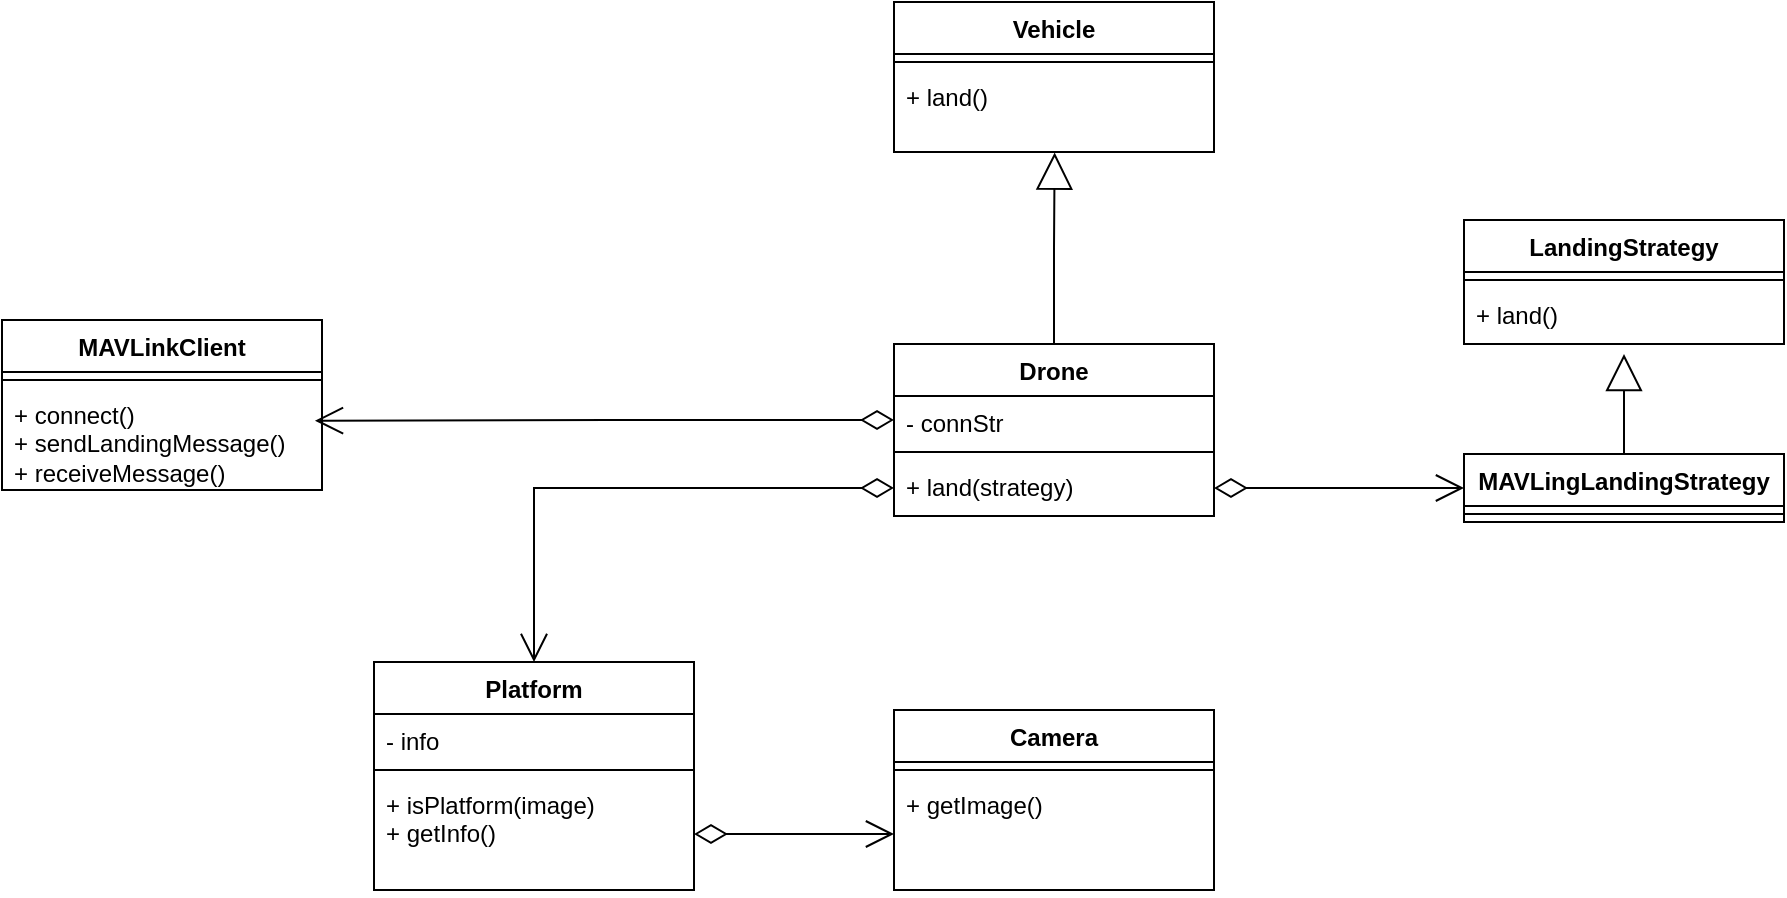
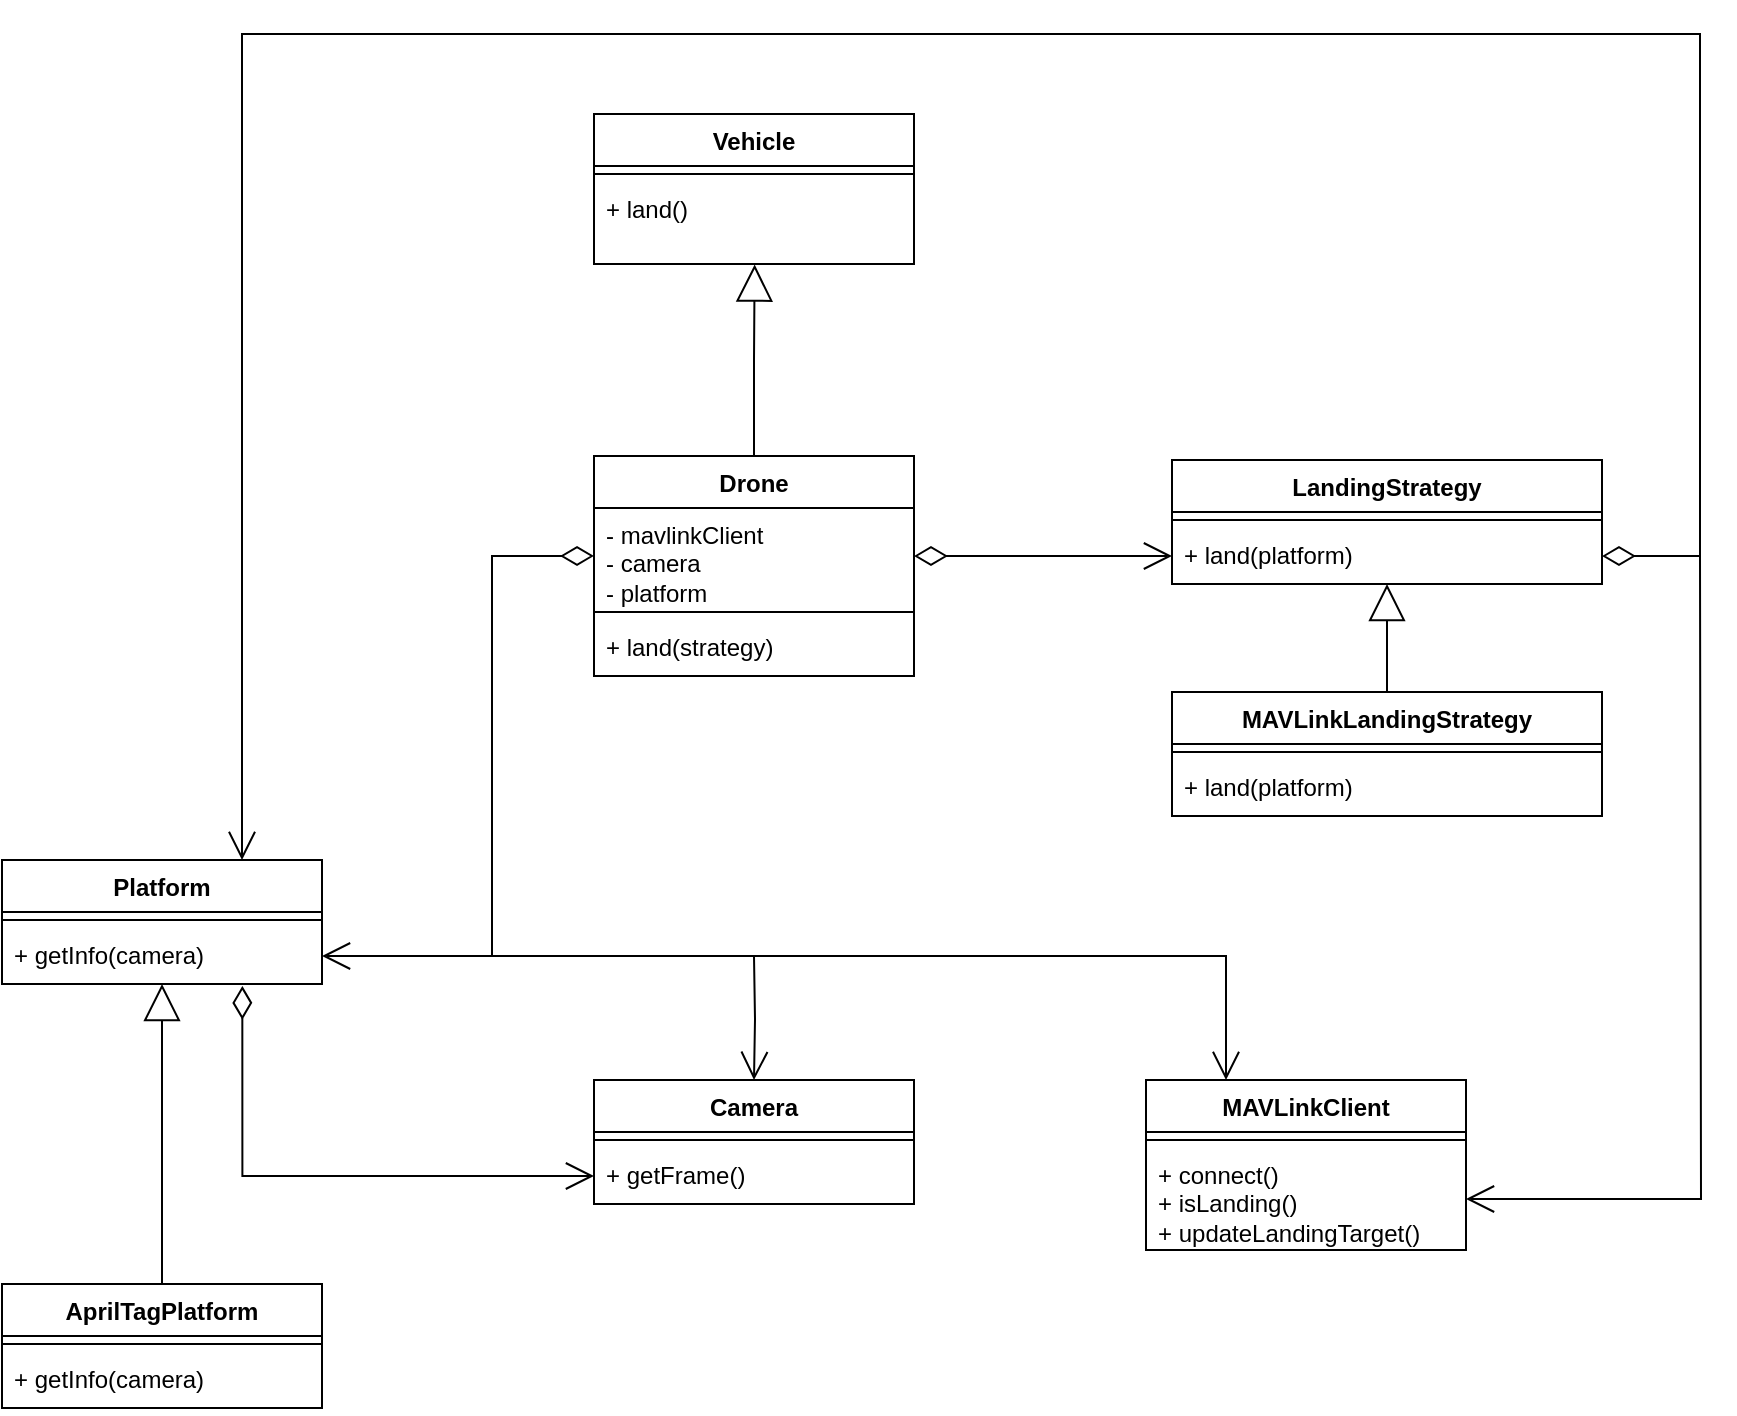
- <mxfile host="app.diagrams.net" agent="Mozilla/5.0 (X11; Linux x86_64; rv:141.0) Gecko/20100101 Firefox/141.0" version="28.0.7">
+ <mxfile host="app.diagrams.net" agent="Mozilla/5.0 (X11; Linux x86_64; rv:141.0) Gecko/20100101 Firefox/141.0" version="28.0.9">
  <diagram name="Page-1" id="0J-Bo_rQK_L40Qk0F8cx">
-     <mxGraphModel dx="972" dy="2148" grid="0" gridSize="10" guides="1" tooltips="1" connect="1" arrows="1" fold="1" page="0" pageScale="1" pageWidth="1600" pageHeight="900" background="none" math="0" shadow="0">
+     <mxGraphModel dx="1544" dy="1647" grid="0" gridSize="10" guides="1" tooltips="1" connect="1" arrows="1" fold="1" page="0" pageScale="1" pageWidth="1600" pageHeight="900" background="none" math="0" shadow="0">
      <root>
        <mxCell id="0" />
        <mxCell id="1" parent="0" />
        <mxCell id="ayVI2_uNIe6OrS0e0dxN-120" value="Drone" style="swimlane;fontStyle=1;align=center;verticalAlign=top;childLayout=stackLayout;horizontal=1;startSize=26;horizontalStack=0;resizeParent=1;resizeParentMax=0;resizeLast=0;collapsible=1;marginBottom=0;whiteSpace=wrap;html=1;" parent="1" vertex="1">
-           <mxGeometry x="548" y="-215" width="160" height="86" as="geometry" />
+           <mxGeometry x="548" y="-215" width="160" height="110" as="geometry" />
        </mxCell>
-         <mxCell id="ayVI2_uNIe6OrS0e0dxN-121" value="- connStr" style="text;strokeColor=none;fillColor=none;align=left;verticalAlign=top;spacingLeft=4;spacingRight=4;overflow=hidden;rotatable=0;points=[[0,0.5],[1,0.5]];portConstraint=eastwest;whiteSpace=wrap;html=1;" parent="ayVI2_uNIe6OrS0e0dxN-120" vertex="1">
-           <mxGeometry y="26" width="160" height="24" as="geometry" />
+         <mxCell id="ayVI2_uNIe6OrS0e0dxN-121" value="- mavlinkClient&lt;br&gt;&lt;div&gt;- camera&lt;/div&gt;&lt;div&gt;- platform&lt;/div&gt;" style="text;strokeColor=none;fillColor=none;align=left;verticalAlign=top;spacingLeft=4;spacingRight=4;overflow=hidden;rotatable=0;points=[[0,0.5],[1,0.5]];portConstraint=eastwest;whiteSpace=wrap;html=1;" parent="ayVI2_uNIe6OrS0e0dxN-120" vertex="1">
+           <mxGeometry y="26" width="160" height="48" as="geometry" />
        </mxCell>
        <mxCell id="ayVI2_uNIe6OrS0e0dxN-122" value="" style="line;strokeWidth=1;fillColor=none;align=left;verticalAlign=middle;spacingTop=-1;spacingLeft=3;spacingRight=3;rotatable=0;labelPosition=right;points=[];portConstraint=eastwest;strokeColor=inherit;" parent="ayVI2_uNIe6OrS0e0dxN-120" vertex="1">
-           <mxGeometry y="50" width="160" height="8" as="geometry" />
+           <mxGeometry y="74" width="160" height="8" as="geometry" />
        </mxCell>
        <mxCell id="ayVI2_uNIe6OrS0e0dxN-123" value="+ land(strategy)" style="text;strokeColor=none;fillColor=none;align=left;verticalAlign=top;spacingLeft=4;spacingRight=4;overflow=hidden;rotatable=0;points=[[0,0.5],[1,0.5]];portConstraint=eastwest;whiteSpace=wrap;html=1;" parent="ayVI2_uNIe6OrS0e0dxN-120" vertex="1">
-           <mxGeometry y="58" width="160" height="28" as="geometry" />
+           <mxGeometry y="82" width="160" height="28" as="geometry" />
        </mxCell>
-         <mxCell id="yQSUkpqhGsLkkfksjryO-1" value="Vehicle" style="swimlane;fontStyle=1;align=center;verticalAlign=top;childLayout=stackLayout;horizontal=1;startSize=26;horizontalStack=0;resizeParent=1;resizeParentMax=0;resizeLast=0;collapsible=1;marginBottom=0;whiteSpace=wrap;html=1;" vertex="1" parent="1">
+         <mxCell id="yQSUkpqhGsLkkfksjryO-1" value="Vehicle" style="swimlane;fontStyle=1;align=center;verticalAlign=top;childLayout=stackLayout;horizontal=1;startSize=26;horizontalStack=0;resizeParent=1;resizeParentMax=0;resizeLast=0;collapsible=1;marginBottom=0;whiteSpace=wrap;html=1;" parent="1" vertex="1">
          <mxGeometry x="548" y="-386" width="160" height="75" as="geometry" />
        </mxCell>
-         <mxCell id="yQSUkpqhGsLkkfksjryO-3" value="" style="line;strokeWidth=1;fillColor=none;align=left;verticalAlign=middle;spacingTop=-1;spacingLeft=3;spacingRight=3;rotatable=0;labelPosition=right;points=[];portConstraint=eastwest;strokeColor=inherit;" vertex="1" parent="yQSUkpqhGsLkkfksjryO-1">
+         <mxCell id="yQSUkpqhGsLkkfksjryO-3" value="" style="line;strokeWidth=1;fillColor=none;align=left;verticalAlign=middle;spacingTop=-1;spacingLeft=3;spacingRight=3;rotatable=0;labelPosition=right;points=[];portConstraint=eastwest;strokeColor=inherit;" parent="yQSUkpqhGsLkkfksjryO-1" vertex="1">
          <mxGeometry y="26" width="160" height="8" as="geometry" />
        </mxCell>
-         <mxCell id="yQSUkpqhGsLkkfksjryO-4" value="+ land()" style="text;strokeColor=none;fillColor=none;align=left;verticalAlign=top;spacingLeft=4;spacingRight=4;overflow=hidden;rotatable=0;points=[[0,0.5],[1,0.5]];portConstraint=eastwest;whiteSpace=wrap;html=1;" vertex="1" parent="yQSUkpqhGsLkkfksjryO-1">
+         <mxCell id="yQSUkpqhGsLkkfksjryO-4" value="+ land()" style="text;strokeColor=none;fillColor=none;align=left;verticalAlign=top;spacingLeft=4;spacingRight=4;overflow=hidden;rotatable=0;points=[[0,0.5],[1,0.5]];portConstraint=eastwest;whiteSpace=wrap;html=1;" parent="yQSUkpqhGsLkkfksjryO-1" vertex="1">
          <mxGeometry y="34" width="160" height="41" as="geometry" />
        </mxCell>
-         <mxCell id="yQSUkpqhGsLkkfksjryO-5" value="" style="endArrow=block;endSize=16;endFill=0;html=1;rounded=0;edgeStyle=orthogonalEdgeStyle;exitX=0.5;exitY=0;exitDx=0;exitDy=0;entryX=0.502;entryY=1.007;entryDx=0;entryDy=0;entryPerimeter=0;" edge="1" parent="1" source="ayVI2_uNIe6OrS0e0dxN-120" target="yQSUkpqhGsLkkfksjryO-4">
+         <mxCell id="yQSUkpqhGsLkkfksjryO-5" value="" style="endArrow=block;endSize=16;endFill=0;html=1;rounded=0;edgeStyle=orthogonalEdgeStyle;exitX=0.5;exitY=0;exitDx=0;exitDy=0;entryX=0.502;entryY=1.007;entryDx=0;entryDy=0;entryPerimeter=0;" parent="1" source="ayVI2_uNIe6OrS0e0dxN-120" target="yQSUkpqhGsLkkfksjryO-4" edge="1">
          <mxGeometry x="0.0054" width="160" relative="1" as="geometry">
            <mxPoint x="568" y="-251" as="sourcePoint" />
            <mxPoint x="627" y="-306" as="targetPoint" />
            <mxPoint as="offset" />
          </mxGeometry>
        </mxCell>
-         <mxCell id="yQSUkpqhGsLkkfksjryO-6" value="Camera" style="swimlane;fontStyle=1;align=center;verticalAlign=top;childLayout=stackLayout;horizontal=1;startSize=26;horizontalStack=0;resizeParent=1;resizeParentMax=0;resizeLast=0;collapsible=1;marginBottom=0;whiteSpace=wrap;html=1;" vertex="1" parent="1">
-           <mxGeometry x="548" y="-32" width="160" height="90" as="geometry" />
+         <mxCell id="yQSUkpqhGsLkkfksjryO-6" value="Camera" style="swimlane;fontStyle=1;align=center;verticalAlign=top;childLayout=stackLayout;horizontal=1;startSize=26;horizontalStack=0;resizeParent=1;resizeParentMax=0;resizeLast=0;collapsible=1;marginBottom=0;whiteSpace=wrap;html=1;" parent="1" vertex="1">
+           <mxGeometry x="548" y="97" width="160" height="62" as="geometry" />
        </mxCell>
-         <mxCell id="yQSUkpqhGsLkkfksjryO-8" value="" style="line;strokeWidth=1;fillColor=none;align=left;verticalAlign=middle;spacingTop=-1;spacingLeft=3;spacingRight=3;rotatable=0;labelPosition=right;points=[];portConstraint=eastwest;strokeColor=inherit;" vertex="1" parent="yQSUkpqhGsLkkfksjryO-6">
+         <mxCell id="yQSUkpqhGsLkkfksjryO-8" value="" style="line;strokeWidth=1;fillColor=none;align=left;verticalAlign=middle;spacingTop=-1;spacingLeft=3;spacingRight=3;rotatable=0;labelPosition=right;points=[];portConstraint=eastwest;strokeColor=inherit;" parent="yQSUkpqhGsLkkfksjryO-6" vertex="1">
          <mxGeometry y="26" width="160" height="8" as="geometry" />
        </mxCell>
-         <mxCell id="yQSUkpqhGsLkkfksjryO-9" value="+ getImage()" style="text;strokeColor=none;fillColor=none;align=left;verticalAlign=top;spacingLeft=4;spacingRight=4;overflow=hidden;rotatable=0;points=[[0,0.5],[1,0.5]];portConstraint=eastwest;whiteSpace=wrap;html=1;" vertex="1" parent="yQSUkpqhGsLkkfksjryO-6">
-           <mxGeometry y="34" width="160" height="56" as="geometry" />
+         <mxCell id="yQSUkpqhGsLkkfksjryO-9" value="+ getFrame()" style="text;strokeColor=none;fillColor=none;align=left;verticalAlign=top;spacingLeft=4;spacingRight=4;overflow=hidden;rotatable=0;points=[[0,0.5],[1,0.5]];portConstraint=eastwest;whiteSpace=wrap;html=1;" parent="yQSUkpqhGsLkkfksjryO-6" vertex="1">
+           <mxGeometry y="34" width="160" height="28" as="geometry" />
        </mxCell>
-         <mxCell id="yQSUkpqhGsLkkfksjryO-10" value="Platform" style="swimlane;fontStyle=1;align=center;verticalAlign=top;childLayout=stackLayout;horizontal=1;startSize=26;horizontalStack=0;resizeParent=1;resizeParentMax=0;resizeLast=0;collapsible=1;marginBottom=0;whiteSpace=wrap;html=1;" vertex="1" parent="1">
-           <mxGeometry x="288" y="-56" width="160" height="114" as="geometry" />
+         <mxCell id="yQSUkpqhGsLkkfksjryO-10" value="Platform" style="swimlane;fontStyle=1;align=center;verticalAlign=top;childLayout=stackLayout;horizontal=1;startSize=26;horizontalStack=0;resizeParent=1;resizeParentMax=0;resizeLast=0;collapsible=1;marginBottom=0;whiteSpace=wrap;html=1;" parent="1" vertex="1">
+           <mxGeometry x="252" y="-13" width="160" height="62" as="geometry" />
        </mxCell>
-         <mxCell id="yQSUkpqhGsLkkfksjryO-11" value="- info" style="text;strokeColor=none;fillColor=none;align=left;verticalAlign=top;spacingLeft=4;spacingRight=4;overflow=hidden;rotatable=0;points=[[0,0.5],[1,0.5]];portConstraint=eastwest;whiteSpace=wrap;html=1;" vertex="1" parent="yQSUkpqhGsLkkfksjryO-10">
-           <mxGeometry y="26" width="160" height="24" as="geometry" />
+         <mxCell id="yQSUkpqhGsLkkfksjryO-12" value="" style="line;strokeWidth=1;fillColor=none;align=left;verticalAlign=middle;spacingTop=-1;spacingLeft=3;spacingRight=3;rotatable=0;labelPosition=right;points=[];portConstraint=eastwest;strokeColor=inherit;" parent="yQSUkpqhGsLkkfksjryO-10" vertex="1">
+           <mxGeometry y="26" width="160" height="8" as="geometry" />
        </mxCell>
-         <mxCell id="yQSUkpqhGsLkkfksjryO-12" value="" style="line;strokeWidth=1;fillColor=none;align=left;verticalAlign=middle;spacingTop=-1;spacingLeft=3;spacingRight=3;rotatable=0;labelPosition=right;points=[];portConstraint=eastwest;strokeColor=inherit;" vertex="1" parent="yQSUkpqhGsLkkfksjryO-10">
-           <mxGeometry y="50" width="160" height="8" as="geometry" />
+         <mxCell id="yQSUkpqhGsLkkfksjryO-13" value="+ getInfo(camera)" style="text;strokeColor=none;fillColor=none;align=left;verticalAlign=top;spacingLeft=4;spacingRight=4;overflow=hidden;rotatable=0;points=[[0,0.5],[1,0.5]];portConstraint=eastwest;whiteSpace=wrap;html=1;" parent="yQSUkpqhGsLkkfksjryO-10" vertex="1">
+           <mxGeometry y="34" width="160" height="28" as="geometry" />
        </mxCell>
-         <mxCell id="yQSUkpqhGsLkkfksjryO-13" value="+ isPlatform(image)&lt;br&gt;+ getInfo()" style="text;strokeColor=none;fillColor=none;align=left;verticalAlign=top;spacingLeft=4;spacingRight=4;overflow=hidden;rotatable=0;points=[[0,0.5],[1,0.5]];portConstraint=eastwest;whiteSpace=wrap;html=1;" vertex="1" parent="yQSUkpqhGsLkkfksjryO-10">
-           <mxGeometry y="58" width="160" height="56" as="geometry" />
-         </mxCell>
-         <mxCell id="yQSUkpqhGsLkkfksjryO-15" value="" style="endArrow=open;html=1;endSize=12;startArrow=diamondThin;startSize=14;startFill=0;edgeStyle=orthogonalEdgeStyle;rounded=0;exitX=0;exitY=0.5;exitDx=0;exitDy=0;entryX=0.5;entryY=0;entryDx=0;entryDy=0;" edge="1" parent="1" source="ayVI2_uNIe6OrS0e0dxN-123" target="yQSUkpqhGsLkkfksjryO-10">
+         <mxCell id="yQSUkpqhGsLkkfksjryO-15" value="" style="endArrow=open;html=1;endSize=12;startArrow=diamondThin;startSize=14;startFill=0;edgeStyle=orthogonalEdgeStyle;rounded=0;exitX=0;exitY=0.5;exitDx=0;exitDy=0;entryX=1;entryY=0.5;entryDx=0;entryDy=0;" parent="1" source="ayVI2_uNIe6OrS0e0dxN-121" target="yQSUkpqhGsLkkfksjryO-13" edge="1">
          <mxGeometry relative="1" as="geometry">
            <mxPoint x="570" y="28" as="sourcePoint" />
            <mxPoint x="730" y="28" as="targetPoint" />
+             <Array as="points">
+               <mxPoint x="497" y="-165" />
+               <mxPoint x="497" y="35" />
+             </Array>
          </mxGeometry>
        </mxCell>
-         <mxCell id="yQSUkpqhGsLkkfksjryO-18" value="" style="endArrow=open;html=1;endSize=12;startArrow=diamondThin;startSize=14;startFill=0;edgeStyle=orthogonalEdgeStyle;rounded=0;exitX=1;exitY=0.5;exitDx=0;exitDy=0;entryX=0;entryY=0.5;entryDx=0;entryDy=0;" edge="1" parent="1" source="yQSUkpqhGsLkkfksjryO-13" target="yQSUkpqhGsLkkfksjryO-9">
+         <mxCell id="yQSUkpqhGsLkkfksjryO-18" value="" style="endArrow=open;html=1;endSize=12;startArrow=diamondThin;startSize=14;startFill=0;edgeStyle=orthogonalEdgeStyle;rounded=0;entryX=0;entryY=0.5;entryDx=0;entryDy=0;exitX=0.751;exitY=1.034;exitDx=0;exitDy=0;exitPerimeter=0;" parent="1" source="yQSUkpqhGsLkkfksjryO-13" target="yQSUkpqhGsLkkfksjryO-9" edge="1">
          <mxGeometry relative="1" as="geometry">
-             <mxPoint x="697" y="17" as="sourcePoint" />
+             <mxPoint x="426" y="146" as="sourcePoint" />
            <mxPoint x="589" y="205" as="targetPoint" />
          </mxGeometry>
        </mxCell>
-         <mxCell id="yQSUkpqhGsLkkfksjryO-19" value="MAVLinkClient" style="swimlane;fontStyle=1;align=center;verticalAlign=top;childLayout=stackLayout;horizontal=1;startSize=26;horizontalStack=0;resizeParent=1;resizeParentMax=0;resizeLast=0;collapsible=1;marginBottom=0;whiteSpace=wrap;html=1;" vertex="1" parent="1">
-           <mxGeometry x="102" y="-227" width="160" height="85" as="geometry" />
+         <mxCell id="yQSUkpqhGsLkkfksjryO-19" value="MAVLinkClient" style="swimlane;fontStyle=1;align=center;verticalAlign=top;childLayout=stackLayout;horizontal=1;startSize=26;horizontalStack=0;resizeParent=1;resizeParentMax=0;resizeLast=0;collapsible=1;marginBottom=0;whiteSpace=wrap;html=1;" parent="1" vertex="1">
+           <mxGeometry x="824" y="97" width="160" height="85" as="geometry" />
        </mxCell>
-         <mxCell id="yQSUkpqhGsLkkfksjryO-21" value="" style="line;strokeWidth=1;fillColor=none;align=left;verticalAlign=middle;spacingTop=-1;spacingLeft=3;spacingRight=3;rotatable=0;labelPosition=right;points=[];portConstraint=eastwest;strokeColor=inherit;" vertex="1" parent="yQSUkpqhGsLkkfksjryO-19">
+         <mxCell id="yQSUkpqhGsLkkfksjryO-21" value="" style="line;strokeWidth=1;fillColor=none;align=left;verticalAlign=middle;spacingTop=-1;spacingLeft=3;spacingRight=3;rotatable=0;labelPosition=right;points=[];portConstraint=eastwest;strokeColor=inherit;" parent="yQSUkpqhGsLkkfksjryO-19" vertex="1">
          <mxGeometry y="26" width="160" height="8" as="geometry" />
        </mxCell>
-         <mxCell id="yQSUkpqhGsLkkfksjryO-22" value="+ connect()&lt;br&gt;+ sendLandingMessage()&lt;br&gt;+ receiveMessage()" style="text;strokeColor=none;fillColor=none;align=left;verticalAlign=top;spacingLeft=4;spacingRight=4;overflow=hidden;rotatable=0;points=[[0,0.5],[1,0.5]];portConstraint=eastwest;whiteSpace=wrap;html=1;" vertex="1" parent="yQSUkpqhGsLkkfksjryO-19">
+         <mxCell id="yQSUkpqhGsLkkfksjryO-22" value="+ connect()&lt;br&gt;+ isLanding()&lt;br&gt;+ updateLandingTarget()" style="text;strokeColor=none;fillColor=none;align=left;verticalAlign=top;spacingLeft=4;spacingRight=4;overflow=hidden;rotatable=0;points=[[0,0.5],[1,0.5]];portConstraint=eastwest;whiteSpace=wrap;html=1;" parent="yQSUkpqhGsLkkfksjryO-19" vertex="1">
          <mxGeometry y="34" width="160" height="51" as="geometry" />
        </mxCell>
-         <mxCell id="yQSUkpqhGsLkkfksjryO-23" value="LandingStrategy" style="swimlane;fontStyle=1;align=center;verticalAlign=top;childLayout=stackLayout;horizontal=1;startSize=26;horizontalStack=0;resizeParent=1;resizeParentMax=0;resizeLast=0;collapsible=1;marginBottom=0;whiteSpace=wrap;html=1;" vertex="1" parent="1">
-           <mxGeometry x="833" y="-277" width="160" height="62" as="geometry" />
+         <mxCell id="yQSUkpqhGsLkkfksjryO-23" value="LandingStrategy" style="swimlane;fontStyle=1;align=center;verticalAlign=top;childLayout=stackLayout;horizontal=1;startSize=26;horizontalStack=0;resizeParent=1;resizeParentMax=0;resizeLast=0;collapsible=1;marginBottom=0;whiteSpace=wrap;html=1;shadow=0;" parent="1" vertex="1">
+           <mxGeometry x="837" y="-213" width="215" height="62" as="geometry" />
        </mxCell>
-         <mxCell id="yQSUkpqhGsLkkfksjryO-30" value="" style="endArrow=block;endSize=16;endFill=0;html=1;rounded=0;edgeStyle=orthogonalEdgeStyle;exitX=0.5;exitY=0;exitDx=0;exitDy=0;" edge="1" parent="yQSUkpqhGsLkkfksjryO-23" source="yQSUkpqhGsLkkfksjryO-27">
-           <mxGeometry x="0.0054" width="160" relative="1" as="geometry">
-             <mxPoint x="89" y="79" as="sourcePoint" />
-             <mxPoint x="80" y="67" as="targetPoint" />
-             <mxPoint as="offset" />
+         <mxCell id="yQSUkpqhGsLkkfksjryO-25" value="" style="line;strokeWidth=1;fillColor=none;align=left;verticalAlign=middle;spacingTop=-1;spacingLeft=3;spacingRight=3;rotatable=0;labelPosition=right;points=[];portConstraint=eastwest;strokeColor=inherit;" parent="yQSUkpqhGsLkkfksjryO-23" vertex="1">
+           <mxGeometry y="26" width="215" height="8" as="geometry" />
+         </mxCell>
+         <mxCell id="yQSUkpqhGsLkkfksjryO-26" value="+ land(platform)" style="text;strokeColor=none;fillColor=none;align=left;verticalAlign=top;spacingLeft=4;spacingRight=4;overflow=hidden;rotatable=0;points=[[0,0.5],[1,0.5]];portConstraint=eastwest;whiteSpace=wrap;html=1;" parent="yQSUkpqhGsLkkfksjryO-23" vertex="1">
+           <mxGeometry y="34" width="215" height="28" as="geometry" />
+         </mxCell>
+         <mxCell id="yQSUkpqhGsLkkfksjryO-31" value="" style="endArrow=open;html=1;endSize=12;startArrow=diamondThin;startSize=14;startFill=0;edgeStyle=orthogonalEdgeStyle;rounded=0;exitX=1;exitY=0.5;exitDx=0;exitDy=0;entryX=0;entryY=0.5;entryDx=0;entryDy=0;" parent="1" source="ayVI2_uNIe6OrS0e0dxN-121" target="yQSUkpqhGsLkkfksjryO-26" edge="1">
+           <mxGeometry relative="1" as="geometry">
+             <mxPoint x="941" y="-123" as="sourcePoint" />
+             <mxPoint x="832" y="-152" as="targetPoint" />
+             <Array as="points">
+               <mxPoint x="806" y="-165" />
+               <mxPoint x="806" y="-165" />
+             </Array>
          </mxGeometry>
        </mxCell>
-         <mxCell id="yQSUkpqhGsLkkfksjryO-25" value="" style="line;strokeWidth=1;fillColor=none;align=left;verticalAlign=middle;spacingTop=-1;spacingLeft=3;spacingRight=3;rotatable=0;labelPosition=right;points=[];portConstraint=eastwest;strokeColor=inherit;" vertex="1" parent="yQSUkpqhGsLkkfksjryO-23">
+         <mxCell id="eIkLhE8dqJlyGKs_Qs6N-5" value="AprilTagPlatform" style="swimlane;fontStyle=1;align=center;verticalAlign=top;childLayout=stackLayout;horizontal=1;startSize=26;horizontalStack=0;resizeParent=1;resizeParentMax=0;resizeLast=0;collapsible=1;marginBottom=0;whiteSpace=wrap;html=1;" parent="1" vertex="1">
+           <mxGeometry x="252" y="199" width="160" height="62" as="geometry" />
+         </mxCell>
+         <mxCell id="eIkLhE8dqJlyGKs_Qs6N-7" value="" style="line;strokeWidth=1;fillColor=none;align=left;verticalAlign=middle;spacingTop=-1;spacingLeft=3;spacingRight=3;rotatable=0;labelPosition=right;points=[];portConstraint=eastwest;strokeColor=inherit;" parent="eIkLhE8dqJlyGKs_Qs6N-5" vertex="1">
          <mxGeometry y="26" width="160" height="8" as="geometry" />
        </mxCell>
-         <mxCell id="yQSUkpqhGsLkkfksjryO-26" value="+ land()" style="text;strokeColor=none;fillColor=none;align=left;verticalAlign=top;spacingLeft=4;spacingRight=4;overflow=hidden;rotatable=0;points=[[0,0.5],[1,0.5]];portConstraint=eastwest;whiteSpace=wrap;html=1;" vertex="1" parent="yQSUkpqhGsLkkfksjryO-23">
+         <mxCell id="eIkLhE8dqJlyGKs_Qs6N-8" value="+ getInfo(camera)" style="text;strokeColor=none;fillColor=none;align=left;verticalAlign=top;spacingLeft=4;spacingRight=4;overflow=hidden;rotatable=0;points=[[0,0.5],[1,0.5]];portConstraint=eastwest;whiteSpace=wrap;html=1;" parent="eIkLhE8dqJlyGKs_Qs6N-5" vertex="1">
          <mxGeometry y="34" width="160" height="28" as="geometry" />
        </mxCell>
-         <mxCell id="yQSUkpqhGsLkkfksjryO-27" value="MAVLingLandingStrategy" style="swimlane;fontStyle=1;align=center;verticalAlign=top;childLayout=stackLayout;horizontal=1;startSize=26;horizontalStack=0;resizeParent=1;resizeParentMax=0;resizeLast=0;collapsible=1;marginBottom=0;whiteSpace=wrap;html=1;" vertex="1" parent="1">
-           <mxGeometry x="833" y="-160" width="160" height="34" as="geometry" />
-         </mxCell>
-         <mxCell id="yQSUkpqhGsLkkfksjryO-28" value="" style="line;strokeWidth=1;fillColor=none;align=left;verticalAlign=middle;spacingTop=-1;spacingLeft=3;spacingRight=3;rotatable=0;labelPosition=right;points=[];portConstraint=eastwest;strokeColor=inherit;" vertex="1" parent="yQSUkpqhGsLkkfksjryO-27">
-           <mxGeometry y="26" width="160" height="8" as="geometry" />
-         </mxCell>
-         <mxCell id="yQSUkpqhGsLkkfksjryO-31" value="" style="endArrow=open;html=1;endSize=12;startArrow=diamondThin;startSize=14;startFill=0;edgeStyle=orthogonalEdgeStyle;rounded=0;exitX=1;exitY=0.5;exitDx=0;exitDy=0;entryX=0;entryY=0.5;entryDx=0;entryDy=0;" edge="1" parent="1" source="ayVI2_uNIe6OrS0e0dxN-123" target="yQSUkpqhGsLkkfksjryO-27">
-           <mxGeometry relative="1" as="geometry">
-             <mxPoint x="941" y="-123" as="sourcePoint" />
-             <mxPoint x="761" y="-36" as="targetPoint" />
+         <mxCell id="eIkLhE8dqJlyGKs_Qs6N-9" value="" style="endArrow=block;endSize=16;endFill=0;html=1;rounded=0;edgeStyle=orthogonalEdgeStyle;exitX=0.5;exitY=0;exitDx=0;exitDy=0;entryX=0.5;entryY=1;entryDx=0;entryDy=0;" parent="1" source="eIkLhE8dqJlyGKs_Qs6N-5" target="yQSUkpqhGsLkkfksjryO-10" edge="1">
+           <mxGeometry x="0.0054" width="160" relative="1" as="geometry">
+             <mxPoint x="484" y="159" as="sourcePoint" />
+             <mxPoint x="367" y="8" as="targetPoint" />
+             <mxPoint as="offset" />
+             <Array as="points" />
          </mxGeometry>
        </mxCell>
-         <mxCell id="yQSUkpqhGsLkkfksjryO-32" value="" style="endArrow=open;html=1;endSize=12;startArrow=diamondThin;startSize=14;startFill=0;edgeStyle=orthogonalEdgeStyle;rounded=0;exitX=0;exitY=0.5;exitDx=0;exitDy=0;entryX=0.978;entryY=0.32;entryDx=0;entryDy=0;entryPerimeter=0;" edge="1" parent="1" source="ayVI2_uNIe6OrS0e0dxN-121" target="yQSUkpqhGsLkkfksjryO-22">
+         <mxCell id="eIkLhE8dqJlyGKs_Qs6N-11" value="" style="endArrow=block;endSize=16;endFill=0;html=1;rounded=0;edgeStyle=orthogonalEdgeStyle;entryX=0.5;entryY=1;entryDx=0;entryDy=0;exitX=0.5;exitY=0;exitDx=0;exitDy=0;" parent="1" source="t9yFoSwU0QVjBYw-XkYv-11" target="yQSUkpqhGsLkkfksjryO-23" edge="1">
+           <mxGeometry x="0.0054" width="160" relative="1" as="geometry">
+             <mxPoint x="942" y="-91" as="sourcePoint" />
+             <mxPoint x="1150" y="-282" as="targetPoint" />
+             <mxPoint as="offset" />
+             <Array as="points" />
+           </mxGeometry>
+         </mxCell>
+         <mxCell id="eIkLhE8dqJlyGKs_Qs6N-12" value="" style="endArrow=open;endFill=1;endSize=12;html=1;rounded=0;edgeStyle=orthogonalEdgeStyle;entryX=0.5;entryY=0;entryDx=0;entryDy=0;" parent="1" target="yQSUkpqhGsLkkfksjryO-6" edge="1">
+           <mxGeometry width="160" relative="1" as="geometry">
+             <mxPoint x="628" y="35" as="sourcePoint" />
+             <mxPoint x="606" y="28" as="targetPoint" />
+           </mxGeometry>
+         </mxCell>
+         <mxCell id="t9yFoSwU0QVjBYw-XkYv-2" value="" style="endArrow=open;endFill=1;endSize=12;html=1;rounded=0;edgeStyle=orthogonalEdgeStyle;entryX=0.25;entryY=0;entryDx=0;entryDy=0;" edge="1" parent="1" target="yQSUkpqhGsLkkfksjryO-19">
+           <mxGeometry width="160" relative="1" as="geometry">
+             <mxPoint x="497" y="-21" as="sourcePoint" />
+             <mxPoint x="831" y="84" as="targetPoint" />
+             <Array as="points">
+               <mxPoint x="497" y="35" />
+               <mxPoint x="864" y="35" />
+             </Array>
+           </mxGeometry>
+         </mxCell>
+         <mxCell id="t9yFoSwU0QVjBYw-XkYv-11" value="MAVLinkLandingStrategy" style="swimlane;fontStyle=1;align=center;verticalAlign=top;childLayout=stackLayout;horizontal=1;startSize=26;horizontalStack=0;resizeParent=1;resizeParentMax=0;resizeLast=0;collapsible=1;marginBottom=0;whiteSpace=wrap;html=1;shadow=0;" vertex="1" parent="1">
+           <mxGeometry x="837" y="-97" width="215" height="62" as="geometry" />
+         </mxCell>
+         <mxCell id="t9yFoSwU0QVjBYw-XkYv-12" value="" style="line;strokeWidth=1;fillColor=none;align=left;verticalAlign=middle;spacingTop=-1;spacingLeft=3;spacingRight=3;rotatable=0;labelPosition=right;points=[];portConstraint=eastwest;strokeColor=inherit;" vertex="1" parent="t9yFoSwU0QVjBYw-XkYv-11">
+           <mxGeometry y="26" width="215" height="8" as="geometry" />
+         </mxCell>
+         <mxCell id="t9yFoSwU0QVjBYw-XkYv-13" value="+ land(platform)" style="text;strokeColor=none;fillColor=none;align=left;verticalAlign=top;spacingLeft=4;spacingRight=4;overflow=hidden;rotatable=0;points=[[0,0.5],[1,0.5]];portConstraint=eastwest;whiteSpace=wrap;html=1;" vertex="1" parent="t9yFoSwU0QVjBYw-XkYv-11">
+           <mxGeometry y="34" width="215" height="28" as="geometry" />
+         </mxCell>
+         <mxCell id="t9yFoSwU0QVjBYw-XkYv-15" value="" style="endArrow=open;html=1;endSize=12;startArrow=diamondThin;startSize=14;startFill=0;edgeStyle=orthogonalEdgeStyle;rounded=0;exitX=1;exitY=0.5;exitDx=0;exitDy=0;entryX=0.75;entryY=0;entryDx=0;entryDy=0;" edge="1" parent="1" source="yQSUkpqhGsLkkfksjryO-26" target="yQSUkpqhGsLkkfksjryO-10">
          <mxGeometry relative="1" as="geometry">
-             <mxPoint x="609" y="-193" as="sourcePoint" />
-             <mxPoint x="429" y="-106" as="targetPoint" />
+             <mxPoint x="1108" y="-167" as="sourcePoint" />
+             <mxPoint x="1237" y="-167" as="targetPoint" />
+             <Array as="points">
+               <mxPoint x="1101" y="-165" />
+               <mxPoint x="1101" y="-426" />
+               <mxPoint x="372" y="-426" />
+             </Array>
+           </mxGeometry>
+         </mxCell>
+         <mxCell id="t9yFoSwU0QVjBYw-XkYv-17" value="" style="endArrow=open;endFill=1;endSize=12;html=1;rounded=0;edgeStyle=orthogonalEdgeStyle;entryX=1;entryY=0.5;entryDx=0;entryDy=0;" edge="1" parent="1" target="yQSUkpqhGsLkkfksjryO-22">
+           <mxGeometry width="160" relative="1" as="geometry">
+             <mxPoint x="1101" y="-165" as="sourcePoint" />
+             <mxPoint x="1101" y="-103" as="targetPoint" />
          </mxGeometry>
        </mxCell>
      </root>
    </mxGraphModel>
  </diagram>
</mxfile>
